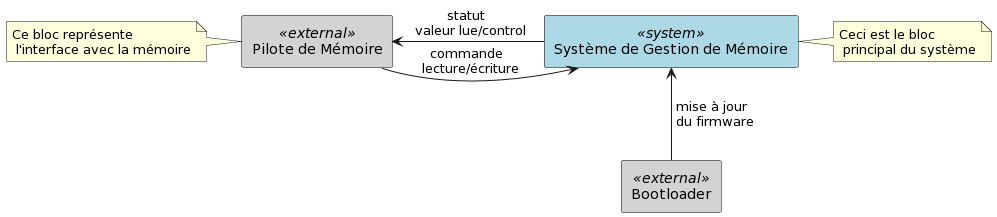
Earlier version of the PlantUML export memory/diag_contexte_memoire.png (Bird0Ut/PGE_SME). Source of this version:
```plantuml
@startuml
skinparam rectangle {
    BackgroundColor<<system>> LightBlue
    BackgroundColor<<external>> LightGrey
    BorderColor Black
    ArrowColor Black
}

skinparam stereotypeCBackgroundColor<<system>> LightBlue

skinparam stereotypeCBackgroundColor<<external>> LightGrey

rectangle "Système de Gestion de Mémoire" as System <<system>> {
}

rectangle "Pilote de Mémoire" as MemoryDriver <<external>> {
}

rectangle "Bootloader" as Bootloader <<external>> {
}

MemoryDriver -right-> System : commande \n lecture/écriture
System -left-> MemoryDriver : statut \n valeur lue/control
Bootloader -up-> System : mise à jour \n du firmware

note right of System : Ceci est le bloc \n principal du système
note left of MemoryDriver : Ce bloc représente \n l'interface avec la mémoire

@enduml
```
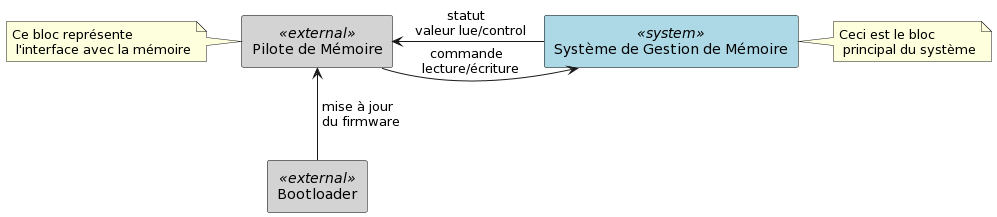
The same diagram one commit later.

Commit message:
changement sur diag contexte

Diff of the diagram source:
```diff
@@ -21,7 +21,7 @@
 
 MemoryDriver -right-> System : commande \n lecture/écriture
 System -left-> MemoryDriver : statut \n valeur lue/control
-Bootloader -up-> System : mise à jour \n du firmware
+Bootloader -up-> MemoryDriver : mise à jour \n du firmware
 
 note right of System : Ceci est le bloc \n principal du système
 note left of MemoryDriver : Ce bloc représente \n l'interface avec la mémoire
```
